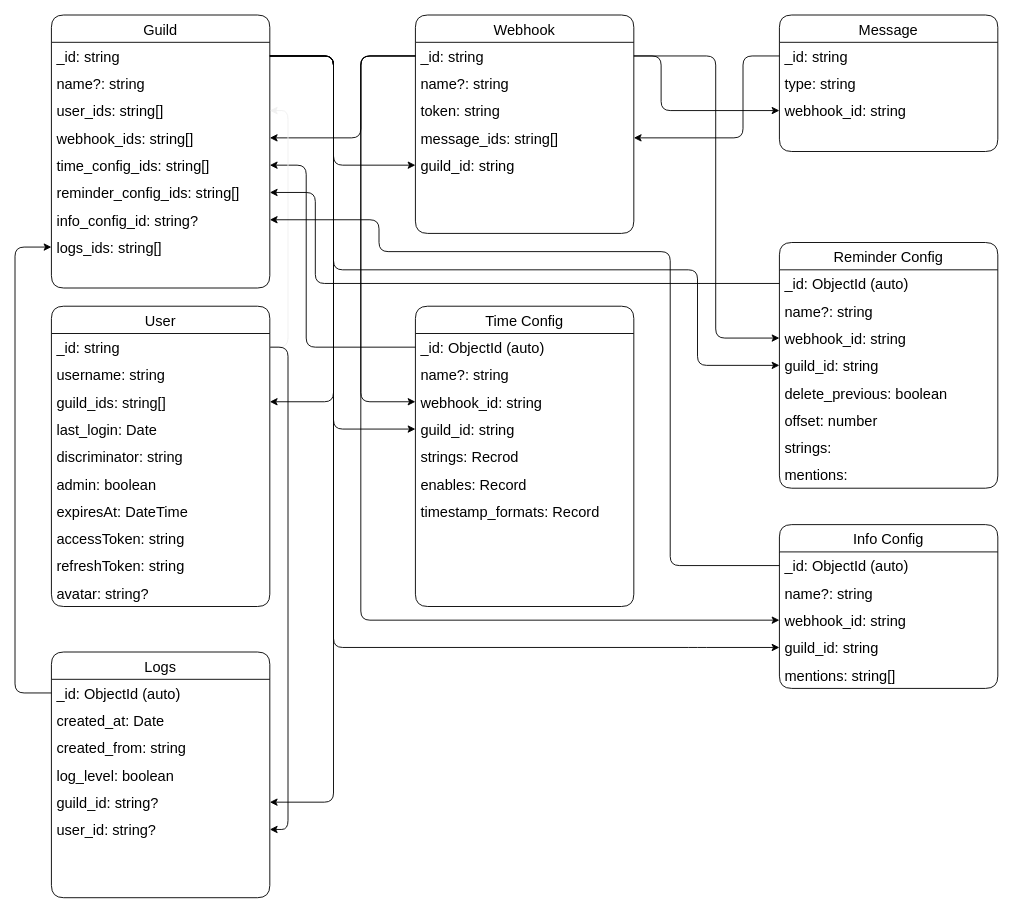
PlutoyDev/sky-time keeps this draw.io diagram as page "v2" (1 of 2) of plans/database.drawio. Above is the earlier version. Source tidied: cells renumbered, new cells numbered last; positions are measured from the earlier drawing's top-left corner, leaving out a move shared by most shapes. Both pictures are drawn from the tidied source at 91%, with x=0, y=0 at pixel (15, 15).
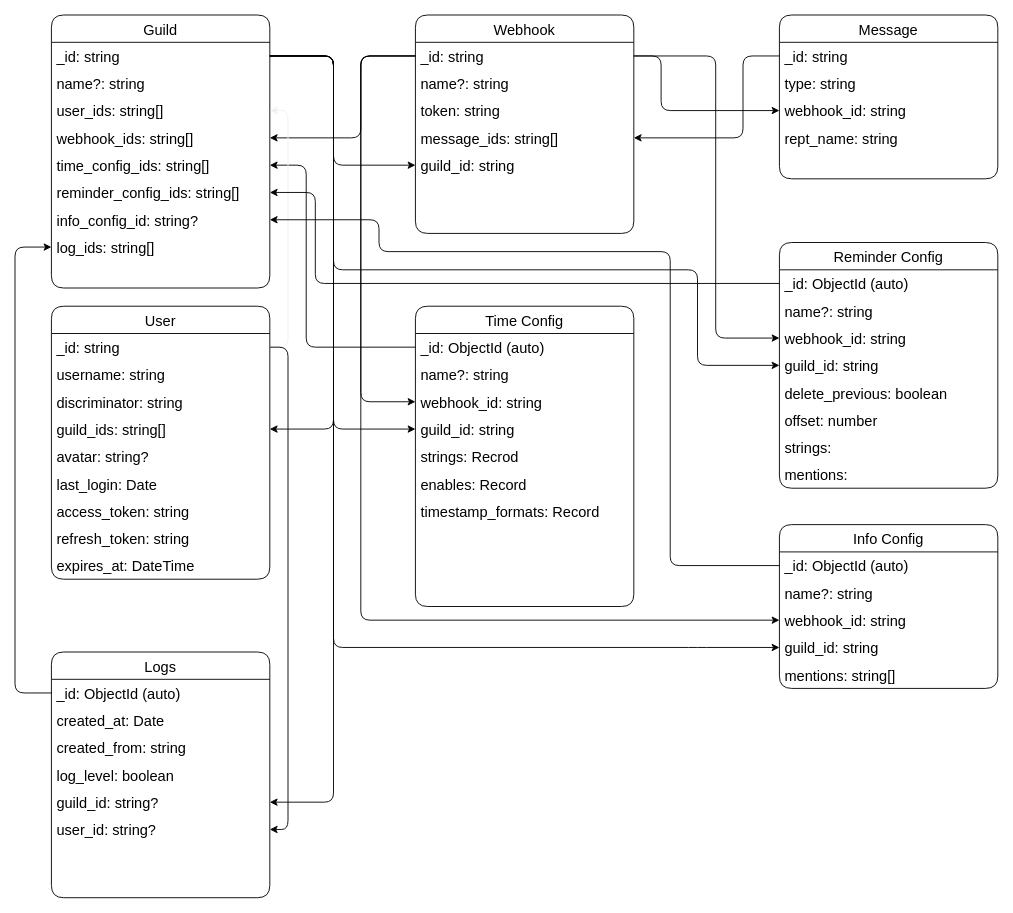
Above is the later version.

Commit message (it also covers changes not shown here):
Update Interface, Schema and plans to match

Unchanged cells that the change refers to:
```xml
<mxCell id="2" value="Guild" style="swimlane;fontStyle=0;horizontal=1;startSize=30;fontSize=16;rounded=1;glass=0;swimlaneFillColor=none;sketch=0;" parent="1" vertex="1">
  <mxGeometry x="40" width="240" height="300" as="geometry" />
</mxCell>
<mxCell id="3" value="_id: string" style="text;strokeColor=none;fillColor=none;align=left;verticalAlign=middle;spacingLeft=4;spacingRight=4;overflow=hidden;points=[[0,0.5],[1,0.5]];portConstraint=eastwest;fontSize=16;sketch=0;" parent="2" vertex="1">
  <mxGeometry y="30" width="240" height="30" as="geometry" />
</mxCell>
```

The edit, as a diff of the source:
```diff
@@
-    <mxCell id="10" value="logs_ids: string[]" style="text;strokeColor=none;fillColor=none;align=left;verticalAlign=middle;spacingLeft=4;spacingRight=4;overflow=hidden;points=[[0,0.5],[1,0.5]];portConstraint=eastwest;fontSize=16;sketch=0;" parent="2" vertex="1">
+    <mxCell id="10" value="log_ids: string[]" style="text;strokeColor=none;fillColor=none;align=left;verticalAlign=middle;spacingLeft=4;spacingRight=4;overflow=hidden;points=[[0,0.5],[1,0.5]];portConstraint=eastwest;fontSize=16;sketch=0;" parent="2" vertex="1">
       <mxGeometry y="240" width="240" height="30" as="geometry" />
     </mxCell>
@@
     <mxCell id="23" value="Message" style="swimlane;fontStyle=0;horizontal=1;startSize=30;fontSize=16;glass=0;rounded=1;sketch=0;" parent="1" vertex="1">
-      <mxGeometry x="840" width="240" height="150" as="geometry" />
+      <mxGeometry x="840" width="240" height="180" as="geometry" />
     </mxCell>
@@
-    <mxCell id="27" style="text;strokeColor=none;fillColor=none;align=left;verticalAlign=middle;spacingLeft=4;spacingRight=4;overflow=hidden;fontSize=16;sketch=0;" parent="23" vertex="1">
+    <mxCell id="27" value="rept_name: string" style="text;strokeColor=none;fillColor=none;align=left;verticalAlign=middle;spacingLeft=4;spacingRight=4;overflow=hidden;fontSize=16;sketch=0;" parent="23" vertex="1">
       <mxGeometry y="120" width="240" height="30" as="geometry" />
     </mxCell>
+    <mxCell id="89" style="text;strokeColor=none;fillColor=none;align=left;verticalAlign=middle;spacingLeft=4;spacingRight=4;overflow=hidden;fontSize=16;sketch=0;" parent="23" vertex="1">
+      <mxGeometry y="150" width="240" height="30" as="geometry" />
+    </mxCell>
@@
     <mxCell id="71" value="User" style="swimlane;fontStyle=0;horizontal=1;startSize=30;fontSize=16;rounded=1;glass=0;swimlaneFillColor=none;sketch=0;" parent="1" vertex="1">
-      <mxGeometry x="40" y="320" width="240" height="330" as="geometry" />
+      <mxGeometry x="40" y="320" width="240" height="300" as="geometry" />
     </mxCell>
@@
+    <mxCell id="76" value="discriminator: string" style="text;strokeColor=none;fillColor=none;align=left;verticalAlign=middle;spacingLeft=4;spacingRight=4;overflow=hidden;fontSize=16;" parent="71" vertex="1">
+      <mxGeometry y="90" width="240" height="30" as="geometry" />
+    </mxCell>
     <mxCell id="74" value="guild_ids: string[]" style="text;strokeColor=none;fillColor=none;align=left;verticalAlign=middle;spacingLeft=4;spacingRight=4;overflow=hidden;points=[[0,0.5],[1,0.5]];portConstraint=eastwest;fontSize=16;sketch=0;" parent="71" vertex="1">
-      <mxGeometry y="90" width="240" height="30" as="geometry" />
+      <mxGeometry y="120" width="240" height="30" as="geometry" />
     </mxCell>
+    <mxCell id="81" value="avatar: string?" style="text;strokeColor=none;fillColor=none;align=left;verticalAlign=middle;spacingLeft=4;spacingRight=4;overflow=hidden;fontSize=16;" parent="71" vertex="1">
+      <mxGeometry y="150" width="240" height="30" as="geometry" />
+    </mxCell>
     <mxCell id="75" value="last_login: Date" style="text;strokeColor=none;fillColor=none;align=left;verticalAlign=middle;spacingLeft=4;spacingRight=4;overflow=hidden;fontSize=16;sketch=0;" parent="71" vertex="1">
-      <mxGeometry y="120" width="240" height="30" as="geometry" />
+      <mxGeometry y="180" width="240" height="30" as="geometry" />
     </mxCell>
-    <mxCell id="76" value="discriminator: string" style="text;strokeColor=none;fillColor=none;align=left;verticalAlign=middle;spacingLeft=4;spacingRight=4;overflow=hidden;fontSize=16;" parent="71" vertex="1">
-      <mxGeometry y="150" width="240" height="30" as="geometry" />
-    </mxCell>
-    <mxCell id="77" value="admin: boolean" style="text;strokeColor=none;fillColor=none;align=left;verticalAlign=middle;spacingLeft=4;spacingRight=4;overflow=hidden;fontSize=16;" parent="71" vertex="1">
-      <mxGeometry y="180" width="240" height="30" as="geometry" />
-    </mxCell>
-    <mxCell id="78" value="expiresAt: DateTime" style="text;strokeColor=none;fillColor=none;align=left;verticalAlign=middle;spacingLeft=4;spacingRight=4;overflow=hidden;fontSize=16;" parent="71" vertex="1">
-      <mxGeometry y="210" width="240" height="30" as="geometry" />
-    </mxCell>
-    <mxCell id="79" value="accessToken: string" style="text;strokeColor=none;fillColor=none;align=left;verticalAlign=middle;spacingLeft=4;spacingRight=4;overflow=hidden;fontSize=16;" parent="71" vertex="1">
-      <mxGeometry y="240" width="240" height="30" as="geometry" />
+    <mxCell id="79" value="access_token: string" style="text;strokeColor=none;fillColor=none;align=left;verticalAlign=middle;spacingLeft=4;spacingRight=4;overflow=hidden;fontSize=16;" parent="71" vertex="1">
+      <mxGeometry y="210" width="240" height="30" as="geometry" />
     </mxCell>
-    <mxCell id="80" value="refreshToken: string" style="text;strokeColor=none;fillColor=none;align=left;verticalAlign=middle;spacingLeft=4;spacingRight=4;overflow=hidden;fontSize=16;" parent="71" vertex="1">
-      <mxGeometry y="270" width="240" height="30" as="geometry" />
+    <mxCell id="80" value="refresh_token: string" style="text;strokeColor=none;fillColor=none;align=left;verticalAlign=middle;spacingLeft=4;spacingRight=4;overflow=hidden;fontSize=16;" parent="71" vertex="1">
+      <mxGeometry y="240" width="240" height="30" as="geometry" />
     </mxCell>
-    <mxCell id="81" value="avatar: string?" style="text;strokeColor=none;fillColor=none;align=left;verticalAlign=middle;spacingLeft=4;spacingRight=4;overflow=hidden;fontSize=16;" parent="71" vertex="1">
-      <mxGeometry y="300" width="240" height="30" as="geometry" />
-    </mxCell>
+    <mxCell id="78" value="expires_at: DateTime" style="text;strokeColor=none;fillColor=none;align=left;verticalAlign=middle;spacingLeft=4;spacingRight=4;overflow=hidden;fontSize=16;" parent="71" vertex="1">
+      <mxGeometry y="270" width="240" height="30" as="geometry" />
+    </mxCell>
@@
     <mxCell id="83" style="endArrow=classic;html=1;" parent="1" edge="1" source="3" target="74">
       <mxGeometry relative="1" as="geometry">
         <Array as="points">
           <mxPoint x="350" y="45" />
-          <mxPoint x="350" y="425" />
+          <mxPoint x="350" y="455" />
         </Array>
       </mxGeometry>
     </mxCell>
```
